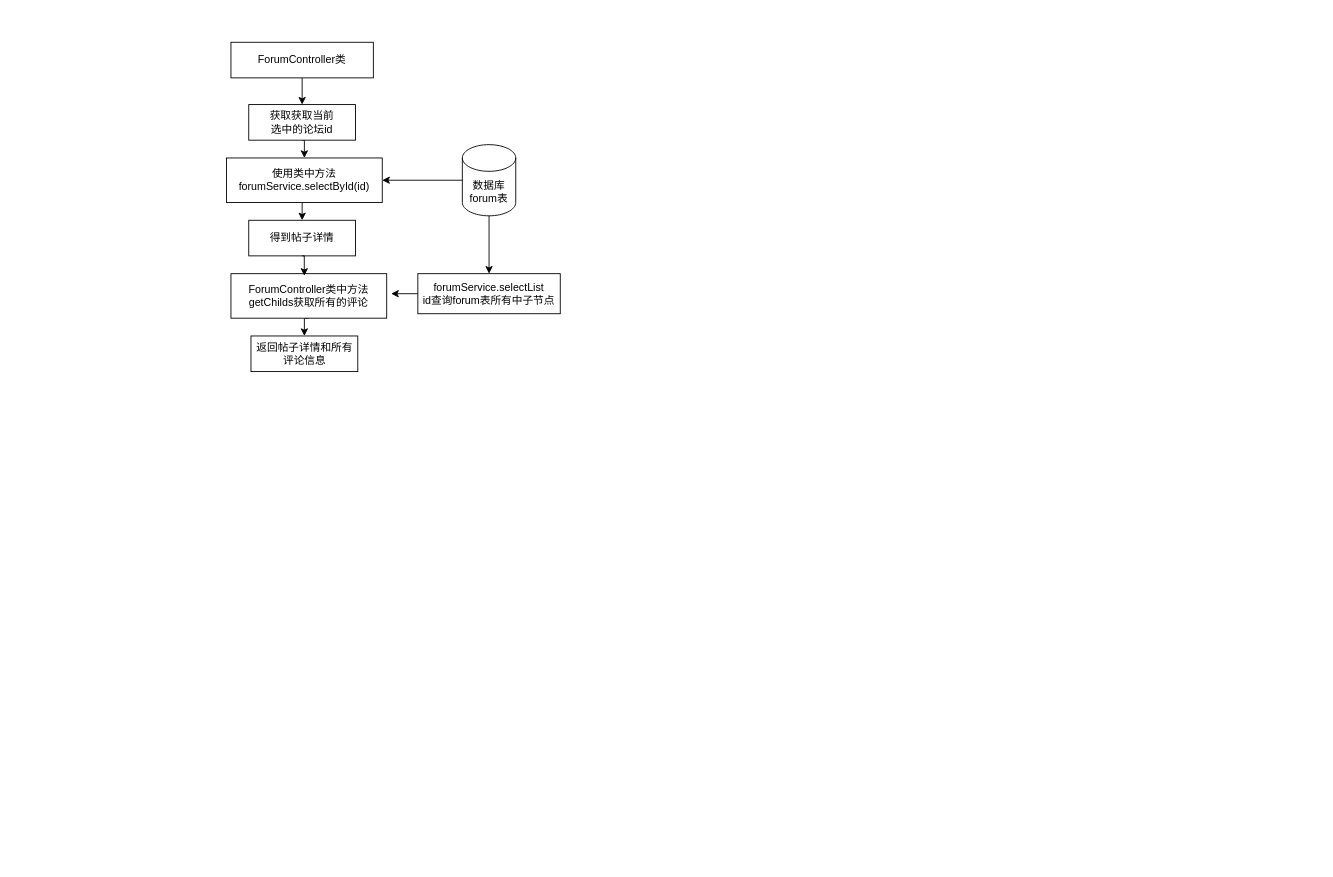
Above: 类图3.drawio in ZhuSir-acm/ElectiveManage (draw.io), before the change. Source tidied: cells renumbered, new cells numbered last; positions are measured from the earlier drawing's top-left corner, leaving out a move shared by most shapes. Both pictures are drawn from the tidied source at 89%, with x=0, y=0 at pixel (226, 42).
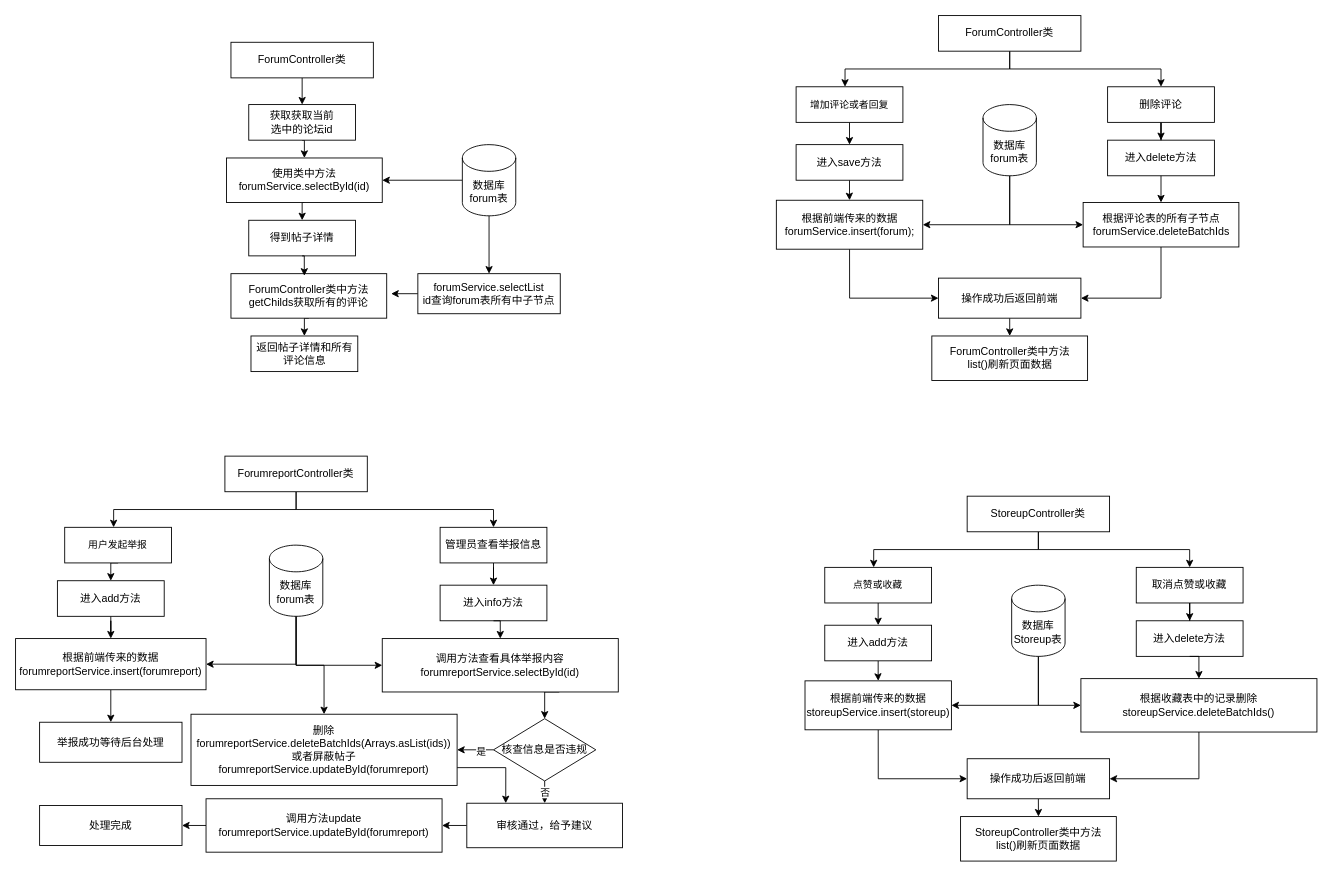
The same diagram, later.

Diff of the diagram source:
```diff
@@
+    <mxCell id="18" style="edgeStyle=orthogonalEdgeStyle;rounded=0;jettySize=auto;html=1;exitX=0.5;exitY=1;exitDx=0;exitDy=0;entryX=0.458;entryY=0;entryDx=0;entryDy=0;entryPerimeter=0;" parent="1" edge="1" source="20" target="34">
+      <mxGeometry relative="1" as="geometry" />
+    </mxCell>
+    <mxCell id="19" style="edgeStyle=orthogonalEdgeStyle;rounded=0;jettySize=auto;html=1;exitX=0.5;exitY=1;exitDx=0;exitDy=0;" parent="1" edge="1" source="20" target="32">
+      <mxGeometry relative="1" as="geometry" />
+    </mxCell>
+    <mxCell id="20" value="&lt;div&gt;ForumController类&lt;/div&gt;" style="rounded=0;whiteSpace=wrap;html=1;" parent="1" vertex="1">
+      <mxGeometry x="800" y="-30" width="160" height="40" as="geometry" />
+    </mxCell>
+    <mxCell id="21" style="edgeStyle=orthogonalEdgeStyle;rounded=0;jettySize=auto;html=1;exitX=0.5;exitY=1;exitDx=0;exitDy=0;" parent="1" edge="1" source="22" target="36">
+      <mxGeometry relative="1" as="geometry" />
+    </mxCell>
+    <mxCell id="22" value="进入save方法" style="rounded=0;whiteSpace=wrap;html=1;" parent="1" vertex="1">
+      <mxGeometry x="640" y="115" width="120" height="40" as="geometry" />
+    </mxCell>
+    <mxCell id="23" style="edgeStyle=orthogonalEdgeStyle;rounded=0;jettySize=auto;html=1;exitX=0.5;exitY=1;exitDx=0;exitDy=0;entryX=1;entryY=0.5;entryDx=0;entryDy=0;" parent="1" edge="1" source="24" target="30">
+      <mxGeometry relative="1" as="geometry" />
+    </mxCell>
+    <mxCell id="24" value="&lt;div&gt;根据评论表的所有子节点&lt;/div&gt;forumService.deleteBatchIds" style="rounded=0;whiteSpace=wrap;html=1;" parent="1" vertex="1">
+      <mxGeometry x="962.5" y="180" width="175" height="50" as="geometry" />
+    </mxCell>
+    <mxCell id="25" value="&lt;div&gt;进入delete方法&lt;/div&gt;" style="rounded=0;whiteSpace=wrap;html=1;" parent="1" vertex="1">
+      <mxGeometry x="990" y="110" width="120" height="40" as="geometry" />
+    </mxCell>
+    <mxCell id="26" style="edgeStyle=orthogonalEdgeStyle;rounded=0;jettySize=auto;html=1;exitX=0.5;exitY=1;exitDx=0;exitDy=0;exitPerimeter=0;entryX=1;entryY=0.5;entryDx=0;entryDy=0;" parent="1" edge="1" source="27" target="36">
+      <mxGeometry relative="1" as="geometry" />
+    </mxCell>
+    <mxCell id="27" value="数据库&lt;div&gt;forum表&lt;/div&gt;" style="shape=cylinder3;whiteSpace=wrap;html=1;boundedLbl=1;backgroundOutline=1;size=15;" parent="1" vertex="1">
+      <mxGeometry x="850" y="70" width="60" height="80" as="geometry" />
+    </mxCell>
+    <mxCell id="28" value="ForumController类中方法&lt;div&gt;list()刷新页面数据&lt;/div&gt;" style="rounded=0;whiteSpace=wrap;html=1;" parent="1" vertex="1">
+      <mxGeometry x="792.5" y="330" width="175" height="50" as="geometry" />
+    </mxCell>
+    <mxCell id="29" style="edgeStyle=orthogonalEdgeStyle;rounded=0;jettySize=auto;html=1;exitX=0.5;exitY=1;exitDx=0;exitDy=0;entryX=0.5;entryY=0;entryDx=0;entryDy=0;" parent="1" edge="1" source="30" target="28">
+      <mxGeometry relative="1" as="geometry" />
+    </mxCell>
+    <mxCell id="30" value="操作成功后返回前端" style="rounded=0;whiteSpace=wrap;html=1;" parent="1" vertex="1">
+      <mxGeometry x="800" y="265" width="160" height="45" as="geometry" />
+    </mxCell>
+    <mxCell id="31" style="edgeStyle=orthogonalEdgeStyle;rounded=0;jettySize=auto;html=1;exitX=0.5;exitY=1;exitDx=0;exitDy=0;" parent="1" edge="1" source="32" target="25">
+      <mxGeometry relative="1" as="geometry" />
+    </mxCell>
+    <mxCell id="32" value="删除评论" style="rounded=0;whiteSpace=wrap;html=1;" parent="1" vertex="1">
+      <mxGeometry x="990" y="50" width="120" height="40" as="geometry" />
+    </mxCell>
+    <mxCell id="33" style="edgeStyle=orthogonalEdgeStyle;rounded=0;jettySize=auto;html=1;exitX=0.5;exitY=1;exitDx=0;exitDy=0;entryX=0.5;entryY=0;entryDx=0;entryDy=0;" parent="1" edge="1" source="34" target="22">
+      <mxGeometry relative="1" as="geometry" />
+    </mxCell>
+    <mxCell id="34" value="&lt;span style=&quot;font-size: 11px; text-wrap-mode: nowrap; background-color: rgb(255, 255, 255);&quot;&gt;增加评论或者回复&lt;/span&gt;" style="rounded=0;whiteSpace=wrap;html=1;" parent="1" vertex="1">
+      <mxGeometry x="640" y="50" width="120" height="40" as="geometry" />
+    </mxCell>
+    <mxCell id="35" style="edgeStyle=orthogonalEdgeStyle;rounded=0;jettySize=auto;html=1;exitX=0.5;exitY=1;exitDx=0;exitDy=0;entryX=0;entryY=0.5;entryDx=0;entryDy=0;" parent="1" edge="1" source="36" target="30">
+      <mxGeometry relative="1" as="geometry" />
+    </mxCell>
+    <mxCell id="36" value="&lt;div&gt;根据前端传来的数据&lt;/div&gt;forumService.insert(forum);" style="rounded=0;whiteSpace=wrap;html=1;" parent="1" vertex="1">
+      <mxGeometry x="617.8" y="177.5" width="164.5" height="55" as="geometry" />
+    </mxCell>
+    <mxCell id="37" style="edgeStyle=orthogonalEdgeStyle;rounded=0;jettySize=auto;html=1;exitX=0.5;exitY=1;exitDx=0;exitDy=0;exitPerimeter=0;entryX=0;entryY=0.5;entryDx=0;entryDy=0;" parent="1" edge="1" source="27" target="24">
+      <mxGeometry relative="1" as="geometry" />
+    </mxCell>
+    <mxCell id="38" style="edgeStyle=orthogonalEdgeStyle;rounded=0;jettySize=auto;html=1;exitX=0.5;exitY=1;exitDx=0;exitDy=0;entryX=0.5;entryY=0;entryDx=0;entryDy=0;" parent="1" edge="1" source="25" target="24">
+      <mxGeometry relative="1" as="geometry" />
+    </mxCell>
+    <mxCell id="39" style="edgeStyle=orthogonalEdgeStyle;rounded=0;jettySize=auto;html=1;exitX=0.5;exitY=1;exitDx=0;exitDy=0;entryX=0.458;entryY=0;entryDx=0;entryDy=0;entryPerimeter=0;" parent="1" edge="1" source="41" target="55">
+      <mxGeometry relative="1" as="geometry" />
+    </mxCell>
+    <mxCell id="40" style="edgeStyle=orthogonalEdgeStyle;rounded=0;jettySize=auto;html=1;exitX=0.5;exitY=1;exitDx=0;exitDy=0;" parent="1" edge="1" source="41" target="53">
+      <mxGeometry relative="1" as="geometry" />
+    </mxCell>
+    <mxCell id="41" value="&lt;div&gt;StoreupController类&lt;/div&gt;" style="rounded=0;whiteSpace=wrap;html=1;" parent="1" vertex="1">
+      <mxGeometry x="832.2" y="510" width="160" height="40" as="geometry" />
+    </mxCell>
+    <mxCell id="42" style="edgeStyle=orthogonalEdgeStyle;rounded=0;jettySize=auto;html=1;exitX=0.5;exitY=1;exitDx=0;exitDy=0;" parent="1" edge="1" source="43" target="57">
+      <mxGeometry relative="1" as="geometry" />
+    </mxCell>
+    <mxCell id="43" value="进入add方法" style="rounded=0;whiteSpace=wrap;html=1;" parent="1" vertex="1">
+      <mxGeometry x="672.2" y="655" width="120" height="40" as="geometry" />
+    </mxCell>
+    <mxCell id="44" style="edgeStyle=orthogonalEdgeStyle;rounded=0;jettySize=auto;html=1;exitX=0.5;exitY=1;exitDx=0;exitDy=0;entryX=1;entryY=0.5;entryDx=0;entryDy=0;" parent="1" edge="1" source="45" target="51">
+      <mxGeometry relative="1" as="geometry" />
+    </mxCell>
+    <mxCell id="45" value="&lt;div&gt;根据收藏表中的记录删除&lt;/div&gt;storeupService.deleteBatchIds()" style="rounded=0;whiteSpace=wrap;html=1;" parent="1" vertex="1">
+      <mxGeometry x="960" y="715" width="265.2" height="60" as="geometry" />
+    </mxCell>
+    <mxCell id="46" value="&lt;div&gt;进入delete方法&lt;/div&gt;" style="rounded=0;whiteSpace=wrap;html=1;" parent="1" vertex="1">
+      <mxGeometry x="1022.2" y="650" width="120" height="40" as="geometry" />
+    </mxCell>
+    <mxCell id="47" style="edgeStyle=orthogonalEdgeStyle;rounded=0;jettySize=auto;html=1;exitX=0.5;exitY=1;exitDx=0;exitDy=0;exitPerimeter=0;entryX=1;entryY=0.5;entryDx=0;entryDy=0;" parent="1" edge="1" source="48" target="57">
+      <mxGeometry relative="1" as="geometry" />
+    </mxCell>
+    <mxCell id="48" value="数据库&lt;br&gt;&lt;div&gt;&lt;span style=&quot;background-color: transparent; color: light-dark(rgb(0, 0, 0), rgb(255, 255, 255));&quot;&gt;Storeup&lt;/span&gt;表&lt;/div&gt;" style="shape=cylinder3;whiteSpace=wrap;html=1;boundedLbl=1;backgroundOutline=1;size=15;" parent="1" vertex="1">
+      <mxGeometry x="882.2" y="610" width="60" height="80" as="geometry" />
+    </mxCell>
+    <mxCell id="49" value="StoreupController类中方法&lt;div&gt;list()刷新页面数据&lt;/div&gt;" style="rounded=0;whiteSpace=wrap;html=1;" parent="1" vertex="1">
+      <mxGeometry x="824.8" y="870" width="175" height="50" as="geometry" />
+    </mxCell>
+    <mxCell id="50" style="edgeStyle=orthogonalEdgeStyle;rounded=0;jettySize=auto;html=1;exitX=0.5;exitY=1;exitDx=0;exitDy=0;entryX=0.5;entryY=0;entryDx=0;entryDy=0;" parent="1" edge="1" source="51" target="49">
+      <mxGeometry relative="1" as="geometry" />
+    </mxCell>
+    <mxCell id="51" value="操作成功后返回前端" style="rounded=0;whiteSpace=wrap;html=1;" parent="1" vertex="1">
+      <mxGeometry x="832.2" y="805" width="160" height="45" as="geometry" />
+    </mxCell>
+    <mxCell id="52" style="edgeStyle=orthogonalEdgeStyle;rounded=0;jettySize=auto;html=1;exitX=0.5;exitY=1;exitDx=0;exitDy=0;" parent="1" edge="1" source="53" target="46">
+      <mxGeometry relative="1" as="geometry" />
+    </mxCell>
+    <mxCell id="53" value="取消点赞或收藏" style="rounded=0;whiteSpace=wrap;html=1;" parent="1" vertex="1">
+      <mxGeometry x="1022.2" y="590" width="120" height="40" as="geometry" />
+    </mxCell>
+    <mxCell id="54" style="edgeStyle=orthogonalEdgeStyle;rounded=0;jettySize=auto;html=1;exitX=0.5;exitY=1;exitDx=0;exitDy=0;entryX=0.5;entryY=0;entryDx=0;entryDy=0;" parent="1" edge="1" source="55" target="43">
+      <mxGeometry relative="1" as="geometry" />
+    </mxCell>
+    <mxCell id="55" value="&lt;span style=&quot;font-size: 11px; text-wrap-mode: nowrap; background-color: rgb(255, 255, 255);&quot;&gt;点赞或收藏&lt;/span&gt;" style="rounded=0;whiteSpace=wrap;html=1;" parent="1" vertex="1">
+      <mxGeometry x="672.2" y="590" width="120" height="40" as="geometry" />
+    </mxCell>
+    <mxCell id="56" style="edgeStyle=orthogonalEdgeStyle;rounded=0;jettySize=auto;html=1;exitX=0.5;exitY=1;exitDx=0;exitDy=0;entryX=0;entryY=0.5;entryDx=0;entryDy=0;" parent="1" edge="1" source="57" target="51">
+      <mxGeometry relative="1" as="geometry" />
+    </mxCell>
+    <mxCell id="57" value="&lt;div&gt;根据前端传来的数据&lt;/div&gt;storeupService.insert(storeup)" style="rounded=0;whiteSpace=wrap;html=1;" parent="1" vertex="1">
+      <mxGeometry x="650" y="717.5" width="164.5" height="55" as="geometry" />
+    </mxCell>
+    <mxCell id="58" style="edgeStyle=orthogonalEdgeStyle;rounded=0;jettySize=auto;html=1;exitX=0.5;exitY=1;exitDx=0;exitDy=0;exitPerimeter=0;entryX=0;entryY=0.5;entryDx=0;entryDy=0;" parent="1" edge="1" source="48" target="45">
+      <mxGeometry relative="1" as="geometry" />
+    </mxCell>
+    <mxCell id="59" style="edgeStyle=orthogonalEdgeStyle;rounded=0;jettySize=auto;html=1;exitX=0.5;exitY=1;exitDx=0;exitDy=0;entryX=0.5;entryY=0;entryDx=0;entryDy=0;" parent="1" edge="1" source="46" target="45">
+      <mxGeometry relative="1" as="geometry" />
+    </mxCell>
+    <mxCell id="60" style="edgeStyle=orthogonalEdgeStyle;rounded=0;jettySize=auto;html=1;exitX=0.5;exitY=1;exitDx=0;exitDy=0;entryX=0.458;entryY=0;entryDx=0;entryDy=0;entryPerimeter=0;" parent="1" edge="1" source="62" target="77">
+      <mxGeometry relative="1" as="geometry" />
+    </mxCell>
+    <mxCell id="61" style="edgeStyle=orthogonalEdgeStyle;rounded=0;jettySize=auto;html=1;exitX=0.5;exitY=1;exitDx=0;exitDy=0;" parent="1" edge="1" source="62" target="75">
+      <mxGeometry relative="1" as="geometry" />
+    </mxCell>
+    <mxCell id="62" value="&lt;div&gt;ForumreportController类&lt;/div&gt;" style="rounded=0;whiteSpace=wrap;html=1;" parent="1" vertex="1">
+      <mxGeometry x="-1.8" y="465" width="160" height="40" as="geometry" />
+    </mxCell>
+    <mxCell id="63" style="edgeStyle=orthogonalEdgeStyle;rounded=0;jettySize=auto;html=1;exitX=0.5;exitY=1;exitDx=0;exitDy=0;" parent="1" edge="1" source="64" target="79">
+      <mxGeometry relative="1" as="geometry" />
+    </mxCell>
+    <mxCell id="64" value="进入add方法" style="rounded=0;whiteSpace=wrap;html=1;" parent="1" vertex="1">
+      <mxGeometry x="-190" y="605" width="120" height="40" as="geometry" />
+    </mxCell>
+    <mxCell id="65" style="edgeStyle=orthogonalEdgeStyle;rounded=0;jettySize=auto;html=1;exitX=0.75;exitY=1;exitDx=0;exitDy=0;entryX=0.5;entryY=0;entryDx=0;entryDy=0;" parent="1" edge="1" source="66" target="89">
+      <mxGeometry relative="1" as="geometry" />
+    </mxCell>
+    <mxCell id="66" value="调用方法查看具体举报内容&lt;div&gt;forumreportService.selectById(id)&lt;/div&gt;" style="rounded=0;whiteSpace=wrap;html=1;" parent="1" vertex="1">
+      <mxGeometry x="175" y="670" width="265.2" height="60" as="geometry" />
+    </mxCell>
+    <mxCell id="67" value="&lt;div&gt;进入info方法&lt;/div&gt;" style="rounded=0;whiteSpace=wrap;html=1;" parent="1" vertex="1">
+      <mxGeometry x="240" y="610" width="120" height="40" as="geometry" />
+    </mxCell>
+    <mxCell id="68" style="edgeStyle=orthogonalEdgeStyle;rounded=0;jettySize=auto;html=1;exitX=0.5;exitY=1;exitDx=0;exitDy=0;exitPerimeter=0;entryX=1;entryY=0.5;entryDx=0;entryDy=0;" parent="1" edge="1" source="70" target="79">
+      <mxGeometry relative="1" as="geometry" />
+    </mxCell>
+    <mxCell id="69" style="edgeStyle=orthogonalEdgeStyle;rounded=0;jettySize=auto;html=1;exitX=0.5;exitY=1;exitDx=0;exitDy=0;exitPerimeter=0;" parent="1" edge="1" source="70" target="83">
+      <mxGeometry relative="1" as="geometry" />
+    </mxCell>
+    <mxCell id="70" value="数据库&lt;div&gt;forum表&lt;/div&gt;" style="shape=cylinder3;whiteSpace=wrap;html=1;boundedLbl=1;backgroundOutline=1;size=15;" parent="1" vertex="1">
+      <mxGeometry x="48.2" y="565" width="60" height="80" as="geometry" />
+    </mxCell>
+    <mxCell id="71" style="edgeStyle=orthogonalEdgeStyle;rounded=0;jettySize=auto;html=1;exitX=0;exitY=0.5;exitDx=0;exitDy=0;entryX=1;entryY=0.5;entryDx=0;entryDy=0;" parent="1" edge="1" source="72" target="85">
+      <mxGeometry relative="1" as="geometry" />
+    </mxCell>
+    <mxCell id="72" value="审核通过，给予建议" style="rounded=0;whiteSpace=wrap;html=1;" parent="1" vertex="1">
+      <mxGeometry x="270" y="855" width="175" height="50" as="geometry" />
+    </mxCell>
+    <mxCell id="73" value="举报成功等待后台处理" style="rounded=0;whiteSpace=wrap;html=1;" parent="1" vertex="1">
+      <mxGeometry x="-210" y="764" width="160" height="45" as="geometry" />
+    </mxCell>
+    <mxCell id="74" style="edgeStyle=orthogonalEdgeStyle;rounded=0;jettySize=auto;html=1;exitX=0.5;exitY=1;exitDx=0;exitDy=0;" parent="1" edge="1" source="75" target="67">
+      <mxGeometry relative="1" as="geometry" />
+    </mxCell>
+    <mxCell id="75" value="管理员查看举报信息" style="rounded=0;whiteSpace=wrap;html=1;" parent="1" vertex="1">
+      <mxGeometry x="240" y="545" width="120" height="40" as="geometry" />
+    </mxCell>
+    <mxCell id="76" style="edgeStyle=orthogonalEdgeStyle;rounded=0;jettySize=auto;html=1;exitX=0.5;exitY=1;exitDx=0;exitDy=0;entryX=0.5;entryY=0;entryDx=0;entryDy=0;" parent="1" edge="1" source="77" target="64">
+      <mxGeometry relative="1" as="geometry" />
+    </mxCell>
+    <mxCell id="77" value="&lt;span style=&quot;font-size: 11px; text-wrap-mode: nowrap; background-color: rgb(255, 255, 255);&quot;&gt;用户发起举报&lt;/span&gt;" style="rounded=0;whiteSpace=wrap;html=1;" parent="1" vertex="1">
+      <mxGeometry x="-181.8" y="545" width="120" height="40" as="geometry" />
+    </mxCell>
+    <mxCell id="78" style="edgeStyle=orthogonalEdgeStyle;rounded=0;jettySize=auto;html=1;exitX=0.5;exitY=1;exitDx=0;exitDy=0;entryX=0.5;entryY=0;entryDx=0;entryDy=0;" parent="1" edge="1" source="79" target="73">
+      <mxGeometry relative="1" as="geometry" />
+    </mxCell>
+    <mxCell id="79" value="&lt;div&gt;根据前端传来的数据&lt;/div&gt;forumreportService.insert(forumreport)" style="rounded=0;whiteSpace=wrap;html=1;" parent="1" vertex="1">
+      <mxGeometry x="-237" y="670" width="214" height="57.5" as="geometry" />
+    </mxCell>
+    <mxCell id="80" style="edgeStyle=orthogonalEdgeStyle;rounded=0;jettySize=auto;html=1;exitX=0.5;exitY=1;exitDx=0;exitDy=0;exitPerimeter=0;entryX=0;entryY=0.5;entryDx=0;entryDy=0;" parent="1" edge="1" source="70" target="66">
+      <mxGeometry relative="1" as="geometry" />
+    </mxCell>
+    <mxCell id="81" style="edgeStyle=orthogonalEdgeStyle;rounded=0;jettySize=auto;html=1;exitX=0.5;exitY=1;exitDx=0;exitDy=0;entryX=0.5;entryY=0;entryDx=0;entryDy=0;" parent="1" edge="1" source="67" target="66">
+      <mxGeometry relative="1" as="geometry" />
+    </mxCell>
+    <mxCell id="82" style="edgeStyle=orthogonalEdgeStyle;rounded=0;jettySize=auto;html=1;exitX=1;exitY=0.75;exitDx=0;exitDy=0;entryX=0.25;entryY=0;entryDx=0;entryDy=0;" parent="1" edge="1" source="83" target="72">
+      <mxGeometry relative="1" as="geometry" />
+    </mxCell>
+    <mxCell id="83" value="删除forumreportService.deleteBatchIds(Arrays.asList(ids))&lt;div&gt;或者&lt;span style=&quot;background-color: transparent; color: light-dark(rgb(0, 0, 0), rgb(255, 255, 255));&quot;&gt;屏蔽帖子forumreportService.updateById(forumreport)&lt;/span&gt;&lt;/div&gt;" style="rounded=0;whiteSpace=wrap;html=1;" parent="1" vertex="1">
+      <mxGeometry x="-39.9" y="755" width="299" height="80" as="geometry" />
+    </mxCell>
+    <mxCell id="84" style="edgeStyle=orthogonalEdgeStyle;rounded=0;jettySize=auto;html=1;exitX=0;exitY=0.5;exitDx=0;exitDy=0;entryX=1;entryY=0.5;entryDx=0;entryDy=0;" parent="1" edge="1" source="85" target="90">
+      <mxGeometry relative="1" as="geometry" />
+    </mxCell>
+    <mxCell id="85" value="调用方法update&lt;div&gt;forumreportService.updateById(forumreport)&lt;/div&gt;" style="rounded=0;whiteSpace=wrap;html=1;" parent="1" vertex="1">
+      <mxGeometry x="-23" y="850" width="265.2" height="60" as="geometry" />
+    </mxCell>
+    <mxCell id="86" value="否" style="edgeStyle=orthogonalEdgeStyle;rounded=0;jettySize=auto;html=1;exitX=0.5;exitY=1;exitDx=0;exitDy=0;entryX=0.5;entryY=0;entryDx=0;entryDy=0;" parent="1" edge="1" source="89" target="72">
+      <mxGeometry relative="1" as="geometry">
+        <Array as="points">
+          <mxPoint x="358" y="840" />
+          <mxPoint x="358" y="840" />
+        </Array>
+      </mxGeometry>
+    </mxCell>
+    <mxCell id="87" style="edgeStyle=orthogonalEdgeStyle;rounded=0;jettySize=auto;html=1;exitX=0;exitY=0.5;exitDx=0;exitDy=0;entryX=1;entryY=0.5;entryDx=0;entryDy=0;" parent="1" edge="1" source="89" target="83">
+      <mxGeometry relative="1" as="geometry" />
+    </mxCell>
+    <mxCell id="88" value="是" style="edgeLabel;html=1;align=center;verticalAlign=middle;" parent="87" vertex="1">
+      <mxGeometry x="-0.27" y="1" relative="1" as="geometry" />
+    </mxCell>
+    <mxCell id="89" value="核查信息是否违规" style="rhombus;whiteSpace=wrap;html=1;" parent="1" vertex="1">
+      <mxGeometry x="300" y="760" width="115" height="70" as="geometry" />
+    </mxCell>
+    <mxCell id="90" value="处理完成" style="rounded=0;whiteSpace=wrap;html=1;" parent="1" vertex="1">
+      <mxGeometry x="-210" y="857.5" width="160" height="45" as="geometry" />
+    </mxCell>
```
